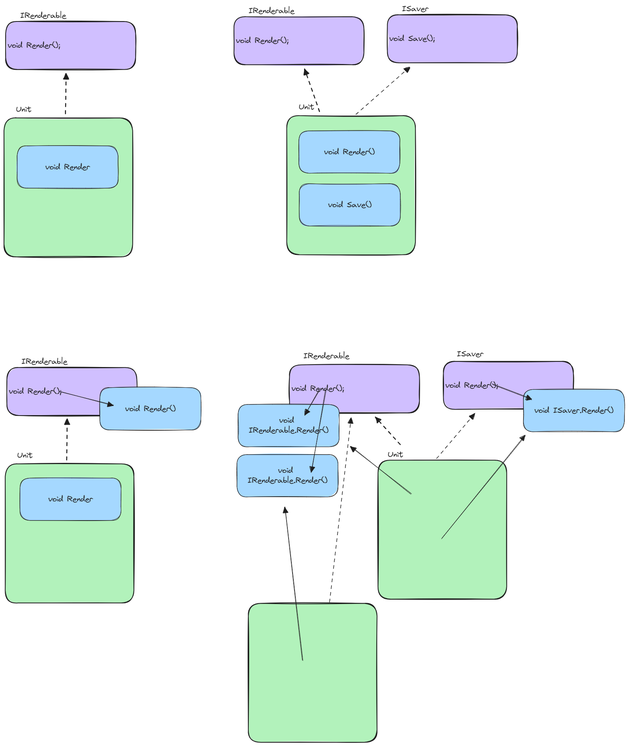
Before: img/06_interfaces.excalidraw.png, a diagram exported from Excalidraw (silvercodes/p32_dotnet_cs). Source tidied: one line per element, renumbered; positions are measured from the earlier drawing's top-left corner, leaving out a move shared by most shapes.
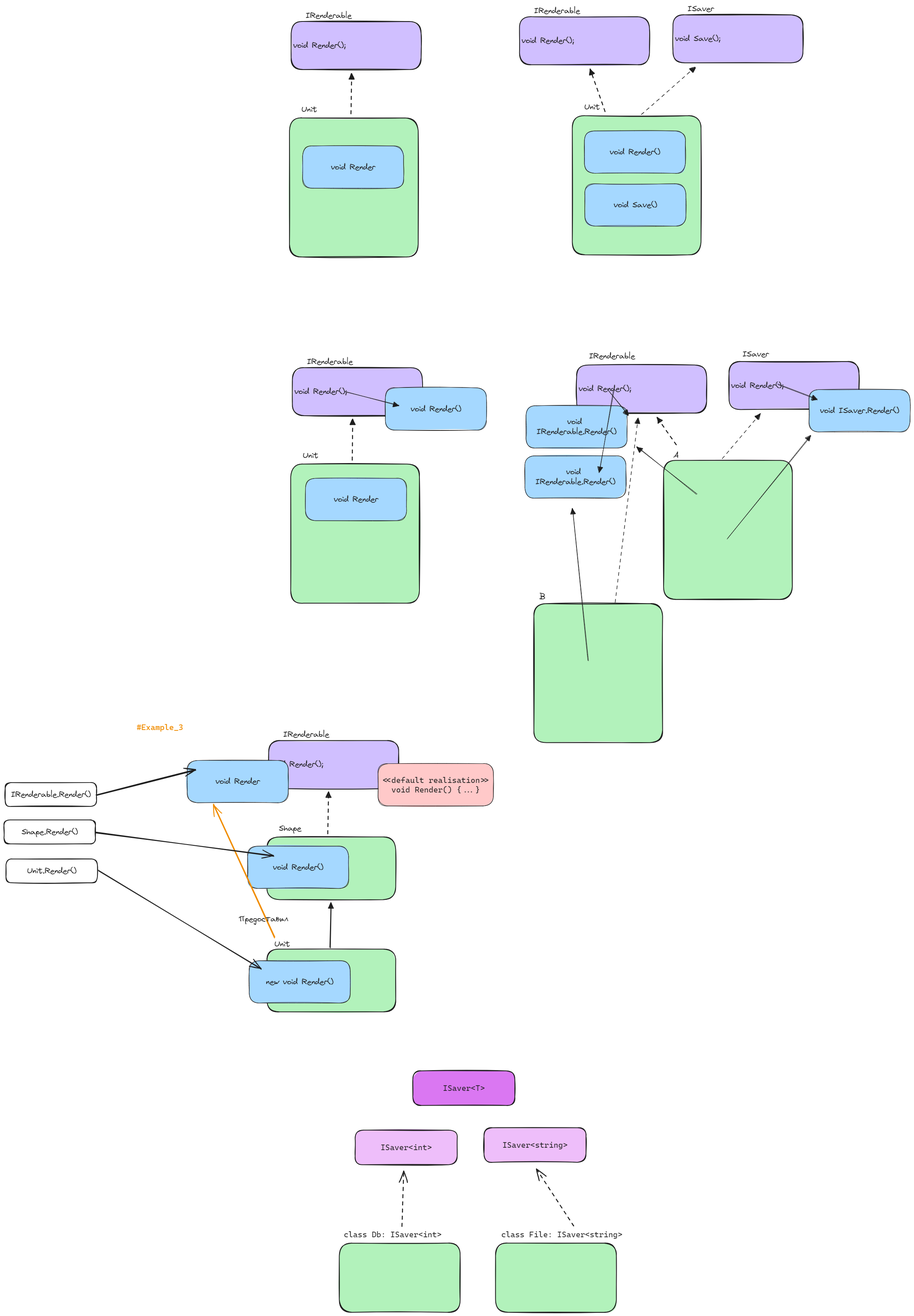
The same file after the commit.

The edit, as a diff of the source:
```diff
@@ -31,27 +31,69 @@
 {"id": 30, "type": "rectangle", "strokeColor": "#1e1e1e", "backgroundColor": "#a5d8ff", "fillStyle": "solid", "strokeWidth": 1, "roughness": 1, "round": true, "x": 241, "y": 965, "width": 254, "height": 106}
 {"id": 31, "type": "text", "text": "void Render()", "strokeColor": "#1e1e1e", "backgroundColor": "#a5d8ff", "fillStyle": "solid", "strokeWidth": 1, "roughness": 1, "fontSize": 20, "fontFamily": 1, "textAlign": "center", "verticalAlign": "middle", "inside": 30, "x": 305, "y": 1006, "width": 127, "height": 25}
 {"id": 32, "type": "arrow", "strokeColor": "#1e1e1e", "backgroundColor": "#a5d8ff", "fillStyle": "solid", "strokeWidth": 1, "roughness": 1, "endArrowhead": "triangle", "round": true, "x": 139, "y": 975, "width": 138, "height": 34, "points": [[0, 0], [138, 34]]}
-{"id": 33, "type": "rectangle", "strokeColor": "#1e1e1e", "backgroundColor": "#d0bfff", "fillStyle": "solid", "strokeWidth": 2, "roughness": 1, "round": true, "x": 718, "y": 908, "width": 327, "height": 121}
+{"id": 33, "type": "rectangle", "strokeColor": "#1e1e1e", "backgroundColor": "#d0bfff", "fillStyle": "solid", "strokeWidth": 2, "roughness": 1, "round": true, "x": 722, "y": 908, "width": 327, "height": 121}
-{"id": 34, "type": "text", "text": "void Render();", "strokeColor": "#1e1e1e", "backgroundColor": "#b2f2bb", "fillStyle": "solid", "strokeWidth": 2, "strokeStyle": "dashed", "roughness": 1, "fontSize": 20, "fontFamily": 1, "verticalAlign": "middle", "inside": 33, "x": 723, "y": 955, "width": 132, "height": 25}
+{"id": 34, "type": "text", "text": "void Render();", "strokeColor": "#1e1e1e", "backgroundColor": "#b2f2bb", "fillStyle": "solid", "strokeWidth": 2, "strokeStyle": "dashed", "roughness": 1, "fontSize": 20, "fontFamily": 1, "verticalAlign": "middle", "inside": 33, "x": 727, "y": 955, "width": 132, "height": 25}
 {"id": 35, "type": "rectangle", "strokeColor": "#1e1e1e", "backgroundColor": "#b2f2bb", "fillStyle": "solid", "strokeWidth": 2, "roughness": 1, "round": true, "x": 941, "y": 1147, "width": 324, "height": 350}
-{"id": 36, "type": "arrow", "strokeColor": "#1e1e1e", "backgroundColor": "#b2f2bb", "fillStyle": "solid", "strokeWidth": 2, "strokeStyle": "dashed", "roughness": 1, "endArrowhead": "triangle", "round": true, "from": 40, "to": 33, "x": 998, "y": 1109, "width": 64, "height": 69, "points": [[0, 0], [-64, -69]]}
+{"id": 36, "type": "arrow", "strokeColor": "#1e1e1e", "backgroundColor": "#b2f2bb", "fillStyle": "solid", "strokeWidth": 2, "strokeStyle": "dashed", "roughness": 1, "endArrowhead": "triangle", "round": true, "from": 40, "to": 33, "x": 974, "y": 1109, "width": 50, "height": 69, "points": [[0, 0], [-50, -69]]}
-{"id": 37, "type": "rectangle", "strokeColor": "#1e1e1e", "backgroundColor": "#a5d8ff", "fillStyle": "solid", "strokeWidth": 1, "roughness": 1, "round": true, "x": 589, "y": 1007, "width": 254, "height": 106}
+{"id": 37, "type": "rectangle", "strokeColor": "#1e1e1e", "backgroundColor": "#a5d8ff", "fillStyle": "solid", "strokeWidth": 1, "roughness": 1, "round": true, "x": 595, "y": 1010, "width": 254, "height": 106}
-{"id": 38, "type": "text", "text": "void \nIRenderable.Render()", "strokeColor": "#1e1e1e", "backgroundColor": "#a5d8ff", "fillStyle": "solid", "strokeWidth": 1, "roughness": 1, "fontSize": 20, "fontFamily": 1, "textAlign": "center", "verticalAlign": "middle", "inside": 37, "x": 616, "y": 1035, "width": 201, "height": 50}
+{"id": 38, "type": "text", "text": "void \nIRenderable.Render()", "strokeColor": "#1e1e1e", "backgroundColor": "#a5d8ff", "fillStyle": "solid", "strokeWidth": 1, "roughness": 1, "fontSize": 20, "fontFamily": 1, "textAlign": "center", "verticalAlign": "middle", "inside": 37, "x": 622, "y": 1038, "width": 201, "height": 50}
 {"id": 39, "type": "text", "text": "IRenderable", "strokeColor": "#1e1e1e", "backgroundColor": "#a5d8ff", "fillStyle": "solid", "strokeWidth": 1, "roughness": 1, "fontSize": 20, "fontFamily": 1, "x": 754, "y": 873, "width": 115, "height": 25}
-{"id": 40, "type": "text", "text": "Unit", "strokeColor": "#1e1e1e", "backgroundColor": "#a5d8ff", "fillStyle": "solid", "strokeWidth": 1, "roughness": 1, "fontSize": 20, "fontFamily": 1, "x": 965, "y": 1121, "width": 39, "height": 25}
+{"id": 40, "type": "text", "text": "A", "strokeColor": "#1e1e1e", "backgroundColor": "#a5d8ff", "fillStyle": "solid", "strokeWidth": 1, "roughness": 1, "fontSize": 20, "fontFamily": 1, "x": 965, "y": 1121, "width": 13, "height": 25}
 {"id": 41, "type": "rectangle", "strokeColor": "#1e1e1e", "backgroundColor": "#d0bfff", "fillStyle": "solid", "strokeWidth": 2, "roughness": 1, "round": true, "x": 1106, "y": 899, "width": 327, "height": 121}
 {"id": 42, "type": "text", "text": "void Render();", "strokeColor": "#1e1e1e", "backgroundColor": "#b2f2bb", "fillStyle": "solid", "strokeWidth": 2, "strokeStyle": "dashed", "roughness": 1, "fontSize": 20, "fontFamily": 1, "verticalAlign": "middle", "inside": 41, "x": 1111, "y": 947, "width": 132, "height": 25}
 {"id": 43, "type": "text", "text": "ISaver", "strokeColor": "#1e1e1e", "backgroundColor": "#a5d8ff", "fillStyle": "solid", "strokeWidth": 1, "roughness": 1, "fontSize": 20, "fontFamily": 1, "x": 1140, "y": 868, "width": 66, "height": 25}
 {"id": 44, "type": "arrow", "strokeColor": "#1e1e1e", "backgroundColor": "#a5d8ff", "fillStyle": "solid", "strokeWidth": 1, "strokeStyle": "dashed", "roughness": 1, "endArrowhead": "triangle", "round": true, "from": 35, "to": 41, "x": 1088, "y": 1143, "width": 97, "height": 113, "points": [[0, 0], [97, -113]]}
 {"id": 45, "type": "rectangle", "strokeColor": "#1e1e1e", "backgroundColor": "#a5d8ff", "fillStyle": "solid", "strokeWidth": 1, "roughness": 1, "round": true, "x": 1307, "y": 969, "width": 254, "height": 106}
 {"id": 46, "type": "text", "text": "void ISaver.Render()", "strokeColor": "#1e1e1e", "backgroundColor": "#a5d8ff", "fillStyle": "solid", "strokeWidth": 1, "roughness": 1, "fontSize": 20, "fontFamily": 1, "textAlign": "center", "verticalAlign": "middle", "inside": 45, "x": 1334, "y": 1010, "width": 199, "height": 25}
-{"id": 47, "type": "arrow", "strokeColor": "#1e1e1e", "backgroundColor": "#a5d8ff", "fillStyle": "solid", "strokeWidth": 1, "roughness": 1, "endArrowhead": "triangle", "round": true, "to": 33, "x": 794, "y": 970, "width": 37, "height": 64, "points": [[0, 0], [-37, 64]]}
+{"id": 47, "type": "arrow", "strokeColor": "#1e1e1e", "backgroundColor": "#a5d8ff", "fillStyle": "solid", "strokeWidth": 1, "roughness": 1, "endArrowhead": "triangle", "round": true, "to": 37, "x": 800, "y": 970, "width": 53, "height": 64, "points": [[0, 0], [53, 64]]}
 {"id": 48, "type": "arrow", "strokeColor": "#1e1e1e", "backgroundColor": "#a5d8ff", "fillStyle": "solid", "strokeWidth": 1, "roughness": 1, "endArrowhead": "triangle", "round": true, "x": 1228, "y": 955, "width": 99, "height": 38, "points": [[0, 0], [99, 38]]}
-{"id": 49, "type": "arrow", "strokeColor": "#1e1e1e", "backgroundColor": "#a5d8ff", "fillStyle": "solid", "strokeWidth": 1, "roughness": 1, "endArrowhead": "triangle", "round": true, "x": 1024, "y": 1233, "width": 152, "height": 121, "points": [[0, 0], [-152, -121]]}
+{"id": 49, "type": "arrow", "strokeColor": "#1e1e1e", "backgroundColor": "#a5d8ff", "fillStyle": "solid", "strokeWidth": 1, "roughness": 1, "endArrowhead": "triangle", "round": true, "to": 37, "x": 1024, "y": 1233, "width": 150, "height": 120, "points": [[0, 0], [-150, -120]]}
 {"id": 50, "type": "arrow", "strokeColor": "#1e1e1e", "backgroundColor": "#a5d8ff", "fillStyle": "solid", "strokeWidth": 1, "roughness": 1, "endArrowhead": "triangle", "round": true, "to": 45, "x": 1102, "y": 1344, "width": 210, "height": 259, "points": [[0, 0], [210, -259]]}
 {"id": 51, "type": "rectangle", "strokeColor": "#1e1e1e", "backgroundColor": "#b2f2bb", "fillStyle": "solid", "strokeWidth": 2, "roughness": 1, "round": true, "x": 615, "y": 1507, "width": 324, "height": 350}
-{"id": 52, "type": "arrow", "strokeColor": "#1e1e1e", "backgroundColor": "#a5d8ff", "fillStyle": "solid", "strokeWidth": 1, "strokeStyle": "dashed", "roughness": 1, "endArrowhead": "triangle", "round": true, "from": 51, "to": 33, "x": 820, "y": 1504, "width": 53, "height": 464, "points": [[0, 0], [53, -464]]}
+{"id": 52, "type": "arrow", "strokeColor": "#1e1e1e", "backgroundColor": "#a5d8ff", "fillStyle": "solid", "strokeWidth": 1, "strokeStyle": "dashed", "roughness": 1, "endArrowhead": "triangle", "round": true, "from": 51, "to": 33, "x": 820, "y": 1504, "width": 56, "height": 464, "points": [[0, 0], [56, -464]]}
-{"id": 53, "type": "rectangle", "strokeColor": "#1e1e1e", "backgroundColor": "#a5d8ff", "fillStyle": "solid", "strokeWidth": 1, "roughness": 1, "round": true, "x": 586, "y": 1133, "width": 254, "height": 106}
+{"id": 53, "type": "rectangle", "strokeColor": "#1e1e1e", "backgroundColor": "#a5d8ff", "fillStyle": "solid", "strokeWidth": 1, "roughness": 1, "round": true, "x": 592, "y": 1136, "width": 254, "height": 106}
-{"id": 54, "type": "text", "text": "void \nIRenderable.Render()", "strokeColor": "#1e1e1e", "backgroundColor": "#a5d8ff", "fillStyle": "solid", "strokeWidth": 1, "roughness": 1, "fontSize": 20, "fontFamily": 1, "textAlign": "center", "verticalAlign": "middle", "inside": 53, "x": 613, "y": 1161, "width": 201, "height": 50}
+{"id": 54, "type": "text", "text": "void \nIRenderable.Render()", "strokeColor": "#1e1e1e", "backgroundColor": "#a5d8ff", "fillStyle": "solid", "strokeWidth": 1, "roughness": 1, "fontSize": 20, "fontFamily": 1, "textAlign": "center", "verticalAlign": "middle", "inside": 53, "x": 619, "y": 1164, "width": 201, "height": 50}
-{"id": 55, "type": "arrow", "strokeColor": "#1e1e1e", "backgroundColor": "#a5d8ff", "fillStyle": "solid", "strokeWidth": 1, "roughness": 1, "endArrowhead": "triangle", "round": true, "x": 809, "y": 969, "width": 35, "height": 208, "points": [[0, 0], [-35, 208]]}
+{"id": 55, "type": "arrow", "strokeColor": "#1e1e1e", "backgroundColor": "#a5d8ff", "fillStyle": "solid", "strokeWidth": 1, "roughness": 1, "endArrowhead": "triangle", "round": true, "x": 815, "y": 969, "width": 35, "height": 208, "points": [[0, 0], [-35, 208]]}
-{"id": 56, "type": "arrow", "strokeColor": "#1e1e1e", "backgroundColor": "#a5d8ff", "fillStyle": "solid", "strokeWidth": 1, "roughness": 1, "endArrowhead": "triangle", "round": true, "to": 53, "x": 752, "y": 1651, "width": 46, "height": 386, "points": [[0, 0], [-46, -386]]}
+{"id": 56, "type": "arrow", "strokeColor": "#1e1e1e", "backgroundColor": "#a5d8ff", "fillStyle": "solid", "strokeWidth": 1, "roughness": 1, "endArrowhead": "triangle", "round": true, "to": 53, "x": 752, "y": 1651, "width": 41, "height": 383, "points": [[0, 0], [-41, -383]]}
+{"id": 57, "type": "text", "text": "B", "strokeColor": "#1e1e1e", "strokeWidth": 2, "roughness": 1, "fontSize": 20, "fontFamily": 1, "x": 629, "y": 1477, "width": 15, "height": 25}
+{"id": 58, "type": "rectangle", "strokeColor": "#1e1e1e", "backgroundColor": "#d0bfff", "fillStyle": "solid", "strokeWidth": 2, "roughness": 1, "round": true, "x": -52, "y": 1851, "width": 327, "height": 121}
+{"id": 59, "type": "text", "text": "void Render();", "strokeColor": "#1e1e1e", "backgroundColor": "#b2f2bb", "fillStyle": "solid", "strokeWidth": 2, "strokeStyle": "dashed", "roughness": 1, "fontSize": 20, "fontFamily": 1, "verticalAlign": "middle", "inside": 58, "x": -47, "y": 1899, "width": 132, "height": 25}
+{"id": 60, "type": "rectangle", "strokeColor": "#1e1e1e", "backgroundColor": "#b2f2bb", "fillStyle": "solid", "strokeWidth": 2, "roughness": 1, "round": true, "x": -56, "y": 2094, "width": 324, "height": 158}
+{"id": 61, "type": "arrow", "strokeColor": "#1e1e1e", "backgroundColor": "#b2f2bb", "fillStyle": "solid", "strokeWidth": 2, "strokeStyle": "dashed", "roughness": 1, "endArrowhead": "triangle", "round": true, "from": 60, "to": 58, "x": 96, "y": 2086, "width": 3, "height": 104, "points": [[0, 0], [3, -104]]}
+{"id": 62, "type": "rectangle", "strokeColor": "#1e1e1e", "backgroundColor": "#a5d8ff", "fillStyle": "solid", "strokeWidth": 1, "roughness": 1, "round": true, "x": -257, "y": 1902, "width": 254, "height": 106}
+{"id": 63, "type": "text", "text": "void Render", "strokeColor": "#1e1e1e", "backgroundColor": "#a5d8ff", "fillStyle": "solid", "strokeWidth": 1, "roughness": 1, "fontSize": 20, "fontFamily": 1, "textAlign": "center", "verticalAlign": "middle", "inside": 62, "x": -186, "y": 1942, "width": 112, "height": 25}
+{"id": 64, "type": "text", "text": "IRenderable", "strokeColor": "#1e1e1e", "backgroundColor": "#a5d8ff", "fillStyle": "solid", "strokeWidth": 1, "roughness": 1, "fontSize": 20, "fontFamily": 1, "x": -15, "y": 1824, "width": 115, "height": 25}
+{"id": 65, "type": "text", "text": "Shape", "strokeColor": "#1e1e1e", "backgroundColor": "#a5d8ff", "fillStyle": "solid", "strokeWidth": 1, "roughness": 1, "fontSize": 20, "fontFamily": 1, "x": -26, "y": 2060, "width": 56, "height": 25}
+{"id": 66, "type": "rectangle", "strokeColor": "#1e1e1e", "backgroundColor": "#a5d8ff", "fillStyle": "solid", "strokeWidth": 1, "roughness": 1, "round": true, "x": -105, "y": 2117, "width": 254, "height": 106}
+{"id": 67, "type": "text", "text": "void Render()", "strokeColor": "#1e1e1e", "backgroundColor": "#a5d8ff", "fillStyle": "solid", "strokeWidth": 1, "roughness": 1, "fontSize": 20, "fontFamily": 1, "textAlign": "center", "verticalAlign": "middle", "inside": 66, "x": -42, "y": 2158, "width": 127, "height": 25}
+{"id": 68, "type": "rectangle", "strokeColor": "#1e1e1e", "backgroundColor": "#b2f2bb", "fillStyle": "solid", "strokeWidth": 2, "roughness": 1, "round": true, "x": -56, "y": 2376, "width": 324, "height": 158}
+{"id": 69, "type": "arrow", "strokeColor": "#1e1e1e", "strokeWidth": 2, "roughness": 1, "endArrowhead": "triangle", "round": true, "from": 68, "to": 60, "x": 102, "y": 2373, "width": 2, "height": 112, "points": [[0, 0], [2, -112]]}
+{"id": 70, "type": "text", "text": "Unit", "strokeColor": "#1e1e1e", "strokeWidth": 2, "roughness": 1, "fontSize": 20, "fontFamily": 1, "x": -38, "y": 2351, "width": 39, "height": 25}
+{"id": 71, "type": "rectangle", "strokeColor": "#1e1e1e", "backgroundColor": "#a5d8ff", "fillStyle": "solid", "strokeWidth": 1, "roughness": 1, "round": true, "x": -101, "y": 2405, "width": 254, "height": 106}
+{"id": 72, "type": "text", "text": "new void Render()", "strokeColor": "#1e1e1e", "backgroundColor": "#a5d8ff", "fillStyle": "solid", "strokeWidth": 1, "roughness": 1, "fontSize": 20, "fontFamily": 1, "textAlign": "center", "verticalAlign": "middle", "inside": 71, "x": -59, "y": 2446, "width": 170, "height": 25}
+{"id": 73, "type": "arrow", "strokeColor": "#f08c00", "strokeWidth": 2, "roughness": 1, "endArrowhead": "arrow", "round": true, "from": 70, "to": 62, "x": -37, "y": 2346, "width": 154, "height": 335, "points": [[0, 0], [-154, -335]]}
+{"id": 74, "type": "rectangle", "strokeColor": "#1e1e1e", "strokeWidth": 2, "roughness": 1, "round": true, "x": -715, "y": 1957, "width": 230, "height": 60}
+{"id": 75, "type": "text", "text": "IRenderable.Render()", "strokeColor": "#1e1e1e", "strokeWidth": 2, "roughness": 1, "fontSize": 20, "fontFamily": 1, "textAlign": "center", "verticalAlign": "middle", "inside": 74, "x": -700, "y": 1975, "width": 201, "height": 25}
+{"id": 76, "type": "rectangle", "strokeColor": "#1e1e1e", "strokeWidth": 2, "roughness": 1, "round": true, "x": -718, "y": 2051, "width": 230, "height": 60}
+{"id": 77, "type": "text", "text": "Shape.Render()", "strokeColor": "#1e1e1e", "strokeWidth": 2, "roughness": 1, "fontSize": 20, "fontFamily": 1, "textAlign": "center", "verticalAlign": "middle", "inside": 76, "x": -674, "y": 2069, "width": 141, "height": 25}
+{"id": 78, "type": "rectangle", "strokeColor": "#1e1e1e", "strokeWidth": 2, "roughness": 1, "round": true, "x": -713, "y": 2149, "width": 230, "height": 60}
+{"id": 79, "type": "text", "text": "Unit.Render()", "strokeColor": "#1e1e1e", "strokeWidth": 2, "roughness": 1, "fontSize": 20, "fontFamily": 1, "textAlign": "center", "verticalAlign": "middle", "inside": 78, "x": -660, "y": 2167, "width": 125, "height": 25}
+{"id": 80, "type": "arrow", "strokeColor": "#1e1e1e", "strokeWidth": 2, "roughness": 1, "endArrowhead": "arrow", "round": true, "x": -486, "y": 1990, "width": 250, "height": 64, "points": [[0, 0], [250, -64]]}
+{"id": 81, "type": "text", "text": "Предоставил", "strokeColor": "#1e1e1e", "strokeWidth": 2, "roughness": 1, "fontSize": 20, "fontFamily": 1, "x": -128, "y": 2288, "width": 125, "height": 25}
+{"id": 82, "type": "arrow", "strokeColor": "#1e1e1e", "strokeWidth": 2, "roughness": 1, "endArrowhead": "arrow", "round": true, "from": 76, "x": -487, "y": 2083, "width": 448, "height": 59, "points": [[0, 0], [448, 59]]}
+{"id": 83, "type": "arrow", "strokeColor": "#1e1e1e", "strokeWidth": 2, "roughness": 1, "endArrowhead": "arrow", "round": true, "from": 78, "to": 68, "x": -480, "y": 2178, "width": 409, "height": 248, "points": [[0, 0], [409, 248]]}
+{"id": 84, "type": "rectangle", "strokeColor": "#1e1e1e", "backgroundColor": "#ffc9c9", "fillStyle": "solid", "strokeWidth": 1, "roughness": 1, "round": true, "x": 223, "y": 1910, "width": 290, "height": 106}
+{"id": 85, "type": "text", "text": "<<default realisation>>\nvoid Render() {...}", "strokeColor": "#1e1e1e", "backgroundColor": "#a5d8ff", "fillStyle": "solid", "strokeWidth": 1, "roughness": 1, "fontSize": 20, "fontFamily": 3, "textAlign": "center", "verticalAlign": "middle", "inside": 84, "x": 233, "y": 1939, "width": 270, "height": 48}
+{"id": 86, "type": "text", "text": "#Example_3", "strokeColor": "#f08c00", "backgroundColor": "#ffc9c9", "fillStyle": "solid", "strokeWidth": 2, "roughness": 1, "fontSize": 20, "fontFamily": 3, "x": -385, "y": 1806, "width": 117, "height": 24}
+{"id": 87, "type": "rectangle", "strokeColor": "#1e1e1e", "backgroundColor": "#da77f2", "fillStyle": "solid", "strokeWidth": 2, "roughness": 1, "round": true, "x": 310, "y": 2682, "width": 257, "height": 87}
+{"id": 88, "type": "text", "text": "ISaver<T>", "strokeColor": "#1e1e1e", "backgroundColor": "#da77f2", "fillStyle": "solid", "strokeWidth": 2, "roughness": 1, "fontSize": 20, "fontFamily": 3, "textAlign": "center", "verticalAlign": "middle", "inside": 87, "x": 386, "y": 2713, "width": 105, "height": 24}
+{"id": 89, "type": "rectangle", "strokeColor": "#1e1e1e", "backgroundColor": "#b2f2bb", "fillStyle": "solid", "strokeWidth": 2, "roughness": 1, "round": true, "x": 125, "y": 3115, "width": 304, "height": 174}
+{"id": 90, "type": "text", "text": "class Db: ISaver<int>", "strokeColor": "#1e1e1e", "backgroundColor": "#b2f2bb", "fillStyle": "solid", "strokeWidth": 2, "roughness": 1, "fontSize": 20, "fontFamily": 3, "x": 137, "y": 3081, "width": 246, "height": 24}
+{"id": 91, "type": "rectangle", "strokeColor": "#1e1e1e", "backgroundColor": "#eebefa", "fillStyle": "solid", "strokeWidth": 2, "roughness": 1, "round": true, "x": 165, "y": 2831, "width": 257, "height": 87}
+{"id": 92, "type": "text", "text": "ISaver<int>", "strokeColor": "#1e1e1e", "backgroundColor": "#da77f2", "fillStyle": "solid", "strokeWidth": 2, "roughness": 1, "fontSize": 20, "fontFamily": 3, "textAlign": "center", "verticalAlign": "middle", "inside": 91, "x": 229, "y": 2862, "width": 129, "height": 24}
+{"id": 93, "type": "arrow", "strokeColor": "#1e1e1e", "backgroundColor": "#eebefa", "fillStyle": "solid", "strokeWidth": 2, "strokeStyle": "dashed", "roughness": 1, "endArrowhead": "arrow", "round": true, "from": 90, "to": 91, "x": 283, "y": 3072, "width": 5, "height": 138, "points": [[0, 0], [5, -138]]}
+{"id": 94, "type": "rectangle", "strokeColor": "#1e1e1e", "backgroundColor": "#b2f2bb", "fillStyle": "solid", "strokeWidth": 2, "roughness": 1, "round": true, "x": 518, "y": 3115, "width": 304, "height": 174}
+{"id": 95, "type": "text", "text": "class File: ISaver<string>", "strokeColor": "#1e1e1e", "backgroundColor": "#b2f2bb", "fillStyle": "solid", "strokeWidth": 2, "roughness": 1, "fontSize": 20, "fontFamily": 3, "x": 533, "y": 3081, "width": 305, "height": 24}
+{"id": 96, "type": "arrow", "strokeColor": "#1e1e1e", "backgroundColor": "#eebefa", "fillStyle": "solid", "strokeWidth": 2, "strokeStyle": "dashed", "roughness": 1, "endArrowhead": "arrow", "round": true, "from": 95, "to": 97, "x": 714, "y": 3072, "width": 91, "height": 142, "points": [[0, 0], [-91, -142]]}
+{"id": 97, "type": "rectangle", "strokeColor": "#1e1e1e", "backgroundColor": "#eebefa", "fillStyle": "solid", "strokeWidth": 2, "roughness": 1, "round": true, "x": 489, "y": 2825, "width": 257, "height": 87}
+{"id": 98, "type": "text", "text": "ISaver<string>", "strokeColor": "#1e1e1e", "backgroundColor": "#da77f2", "fillStyle": "solid", "strokeWidth": 2, "roughness": 1, "fontSize": 20, "fontFamily": 3, "textAlign": "center", "verticalAlign": "middle", "inside": 97, "x": 536, "y": 2856, "width": 164, "height": 24}
```
